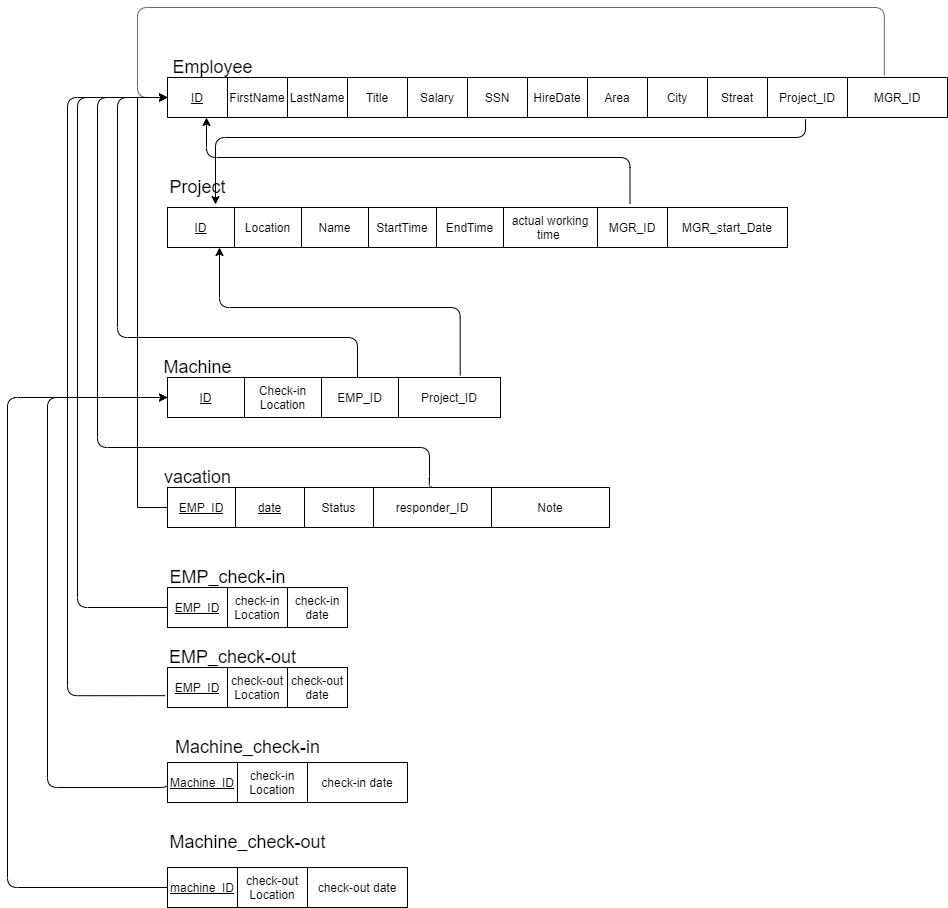
This is schema.png from aymanred121/IGEC-Logging-App-Project, a draw.io export, as it was before one commit. Source tidied: cells renumbered, new cells last; positions are measured from the earlier drawing's top-left corner, leaving out a move shared by most shapes.
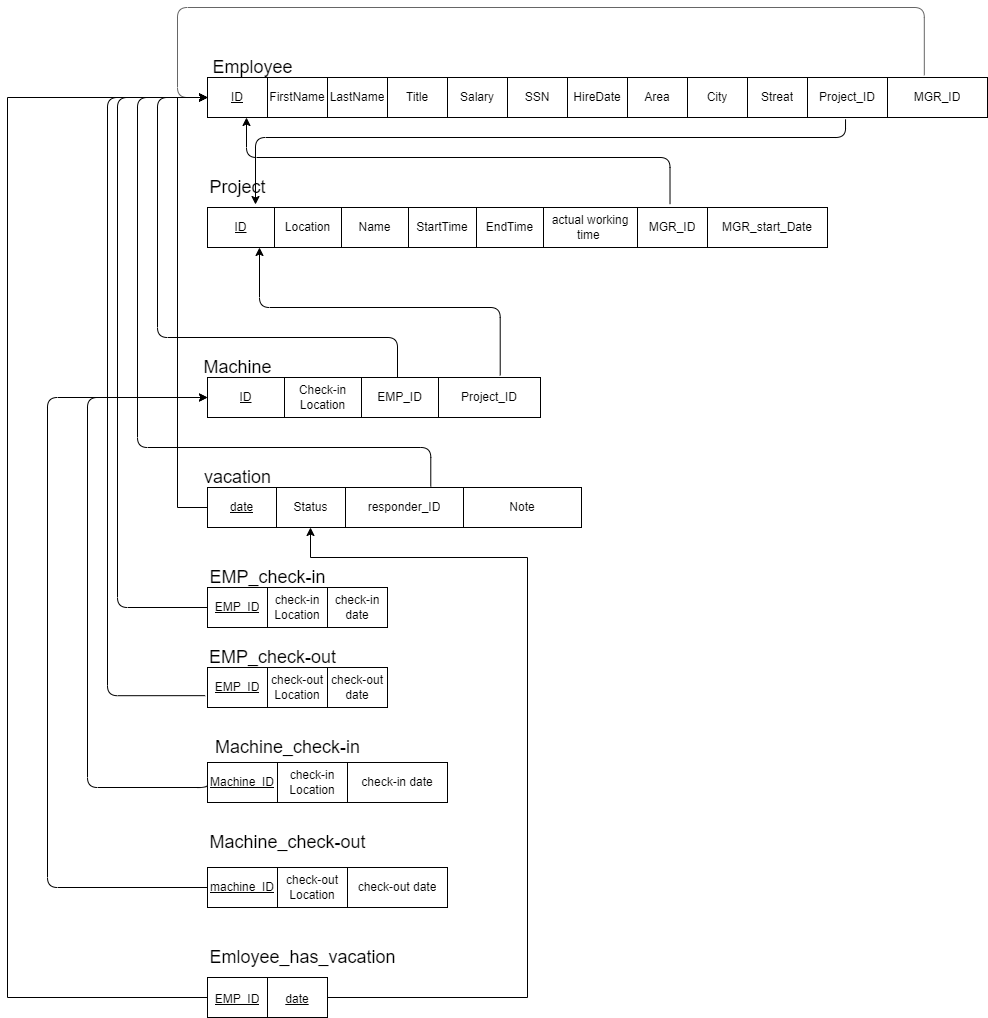
After the commit.

Change to the diagram source:
```diff
@@ -147,25 +147,22 @@
       </mxGeometry>
     </mxCell>
     <mxCell id="40" style="shape=table;startSize=0;fontColor=default;fillColor=default;strokeColor=default;" parent="1" vertex="1">
-      <mxGeometry x="160" y="480" width="442" height="40" as="geometry" />
+      <mxGeometry x="160" y="480" width="374" height="40" as="geometry" />
     </mxCell>
     <mxCell id="41" style="shape=partialRectangle;fillColor=none;top=0;left=0;bottom=0;right=0;points=[[0,0.5],[1,0.5]];portConstraint=eastwest;fontColor=default;" parent="40" vertex="1">
-      <mxGeometry width="442" height="40" as="geometry" />
+      <mxGeometry width="374" height="40" as="geometry" />
     </mxCell>
-    <mxCell id="42" value="&lt;u&gt;EMP_ID&lt;/u&gt;" style="shape=partialRectangle;html=1;whiteSpace=wrap;overflow=hidden;fillColor=none;top=0;left=0;bottom=0;right=0;fontColor=default;" parent="41" vertex="1">
-      <mxGeometry width="68" height="40" as="geometry" />
-    </mxCell>
     <mxCell id="43" value="&lt;u&gt;date&lt;/u&gt;" style="shape=partialRectangle;html=1;whiteSpace=wrap;overflow=hidden;fillColor=none;top=0;left=0;bottom=0;right=0;fontColor=default;" parent="41" vertex="1">
-      <mxGeometry x="68" width="69" height="40" as="geometry" />
+      <mxGeometry width="69" height="40" as="geometry" />
     </mxCell>
     <mxCell id="44" value="Status" style="shape=partialRectangle;html=1;whiteSpace=wrap;overflow=hidden;fillColor=none;top=0;left=0;bottom=0;right=0;fontColor=default;" parent="41" vertex="1">
-      <mxGeometry x="137" width="69" height="40" as="geometry" />
+      <mxGeometry x="69" width="69" height="40" as="geometry" />
     </mxCell>
     <mxCell id="45" value="responder_ID" style="shape=partialRectangle;html=1;whiteSpace=wrap;overflow=hidden;fillColor=none;top=0;left=0;bottom=0;right=0;fontColor=default;" parent="41" vertex="1">
-      <mxGeometry x="206" width="118" height="40" as="geometry" />
+      <mxGeometry x="138" width="118" height="40" as="geometry" />
     </mxCell>
     <mxCell id="46" value="Note" style="shape=partialRectangle;html=1;whiteSpace=wrap;overflow=hidden;fillColor=none;top=0;left=0;bottom=0;right=0;fontColor=default;" parent="41" vertex="1">
-      <mxGeometry x="324" width="118" height="40" as="geometry" />
+      <mxGeometry x="256" width="118" height="40" as="geometry" />
     </mxCell>
     <mxCell id="47" value="&lt;font style=&quot;font-size: 18px&quot;&gt;vacation&lt;/font&gt;" style="text;html=1;align=center;verticalAlign=middle;strokeColor=none;fillColor=none;fontColor=default;" parent="1" vertex="1">
       <mxGeometry x="150" y="460" width="80" height="20" as="geometry" />
@@ -173,8 +170,7 @@
     <mxCell id="48" style="edgeStyle=segmentEdgeStyle;endArrow=classic;html=1;strokeColor=#000000;strokeWidth=1;labelBackgroundColor=default;fontColor=default;entryX=0;entryY=0.5;entryDx=0;entryDy=0;exitX=0.597;exitY=-0.025;exitDx=0;exitDy=0;exitPerimeter=0;" parent="1" edge="1" source="41" target="3">
       <mxGeometry relative="1" as="geometry">
         <Array as="points">
-          <mxPoint x="422" y="479" />
-          <mxPoint x="422" y="440" />
+          <mxPoint x="383" y="440" />
           <mxPoint x="90" y="440" />
           <mxPoint x="90" y="90" />
         </Array>
@@ -294,5 +290,38 @@
     <mxCell id="77" value="Machine_check-out" style="text;html=1;align=center;verticalAlign=middle;strokeColor=none;fillColor=none;fontSize=18;fontColor=default;" parent="1" vertex="1">
       <mxGeometry x="155" y="820" width="170" height="30" as="geometry" />
     </mxCell>
+    <mxCell id="78" value="&lt;font style=&quot;font-size: 18px&quot;&gt;Emloyee_has_vacation&lt;/font&gt;" style="text;html=1;align=center;verticalAlign=middle;strokeColor=none;fillColor=none;" parent="1" vertex="1">
+      <mxGeometry x="155" y="940" width="200" height="20" as="geometry" />
+    </mxCell>
+    <mxCell id="79" style="shape=table;startSize=0;fontSize=18;" parent="1" vertex="1">
+      <mxGeometry x="160" y="970" width="120" height="40" as="geometry" />
+    </mxCell>
+    <mxCell id="80" style="shape=partialRectangle;fillColor=none;top=0;left=0;bottom=0;right=0;points=[[0,0.5],[1,0.5]];portConstraint=eastwest;fontSize=18;" parent="79" vertex="1">
+      <mxGeometry width="120" height="40" as="geometry" />
+    </mxCell>
+    <mxCell id="42" value="&lt;u style=&quot;font-size: 12px&quot;&gt;EMP_ID&lt;/u&gt;" style="shape=partialRectangle;html=1;whiteSpace=wrap;overflow=hidden;fillColor=none;top=0;left=0;bottom=0;right=0;fontSize=18;" parent="80" vertex="1">
+      <mxGeometry width="60" height="40" as="geometry" />
+    </mxCell>
+    <mxCell id="81" value="&lt;u style=&quot;font-size: 12px&quot;&gt;date&lt;/u&gt;" style="shape=partialRectangle;html=1;whiteSpace=wrap;overflow=hidden;fillColor=none;top=0;left=0;bottom=0;right=0;fontSize=18;" parent="80" vertex="1">
+      <mxGeometry x="60" width="60" height="40" as="geometry" />
+    </mxCell>
+    <mxCell id="82" style="edgeStyle=orthogonalEdgeStyle;rounded=0;jettySize=auto;html=1;entryX=0;entryY=0.5;entryDx=0;entryDy=0;fontSize=18;" parent="1" edge="1" source="80" target="3">
+      <mxGeometry relative="1" as="geometry">
+        <Array as="points">
+          <mxPoint x="-40" y="990" />
+          <mxPoint x="-40" y="90" />
+        </Array>
+      </mxGeometry>
+    </mxCell>
+    <mxCell id="83" style="edgeStyle=orthogonalEdgeStyle;rounded=0;jettySize=auto;html=1;fontSize=18;" parent="1" edge="1" source="80">
+      <mxGeometry relative="1" as="geometry">
+        <mxPoint x="263" y="520" as="targetPoint" />
+        <Array as="points">
+          <mxPoint x="480" y="990" />
+          <mxPoint x="480" y="550" />
+          <mxPoint x="263" y="550" />
+        </Array>
+      </mxGeometry>
+    </mxCell>
   </root>
 </mxGraphModel>
```
